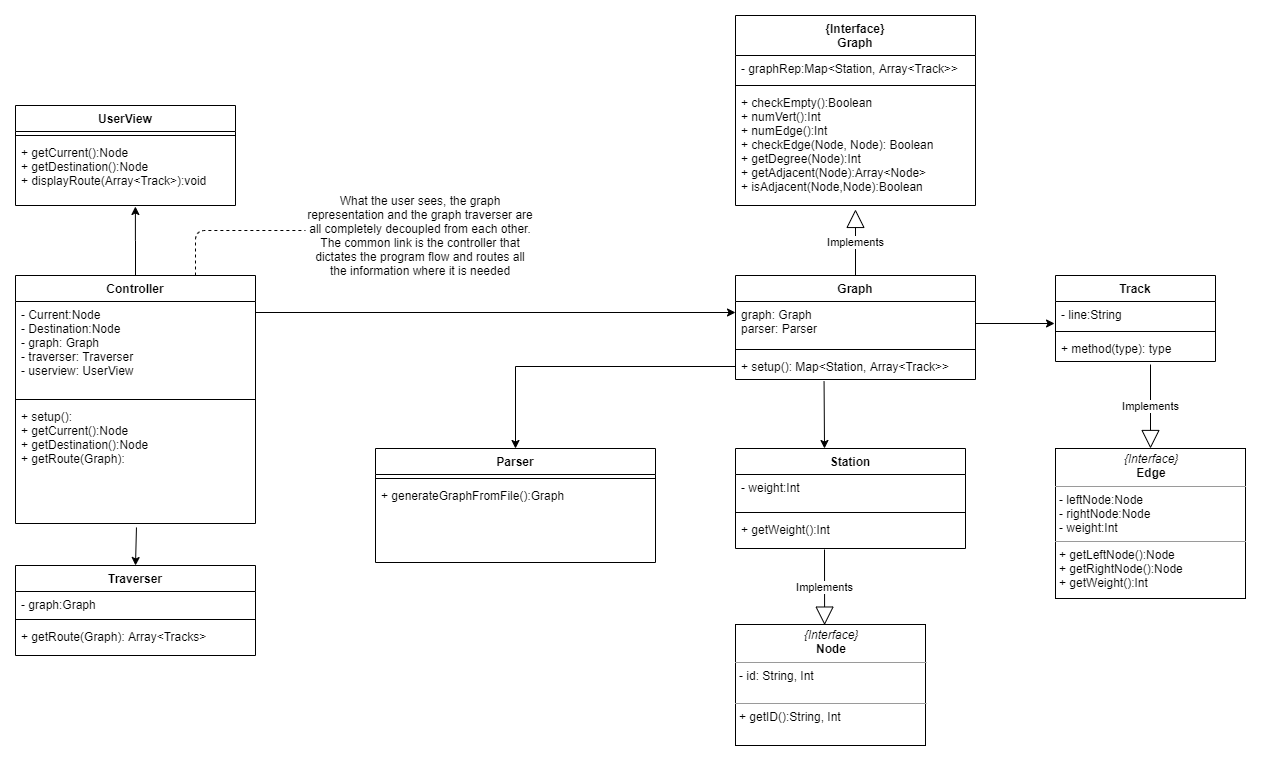
thewolfaxe/CS308Metro keeps this draw.io diagram as FinalBlock.png. Above is the earlier version. Source tidied: cells renumbered, new cells last; positions are measured from the earlier drawing's top-left corner, leaving out a move shared by most shapes.
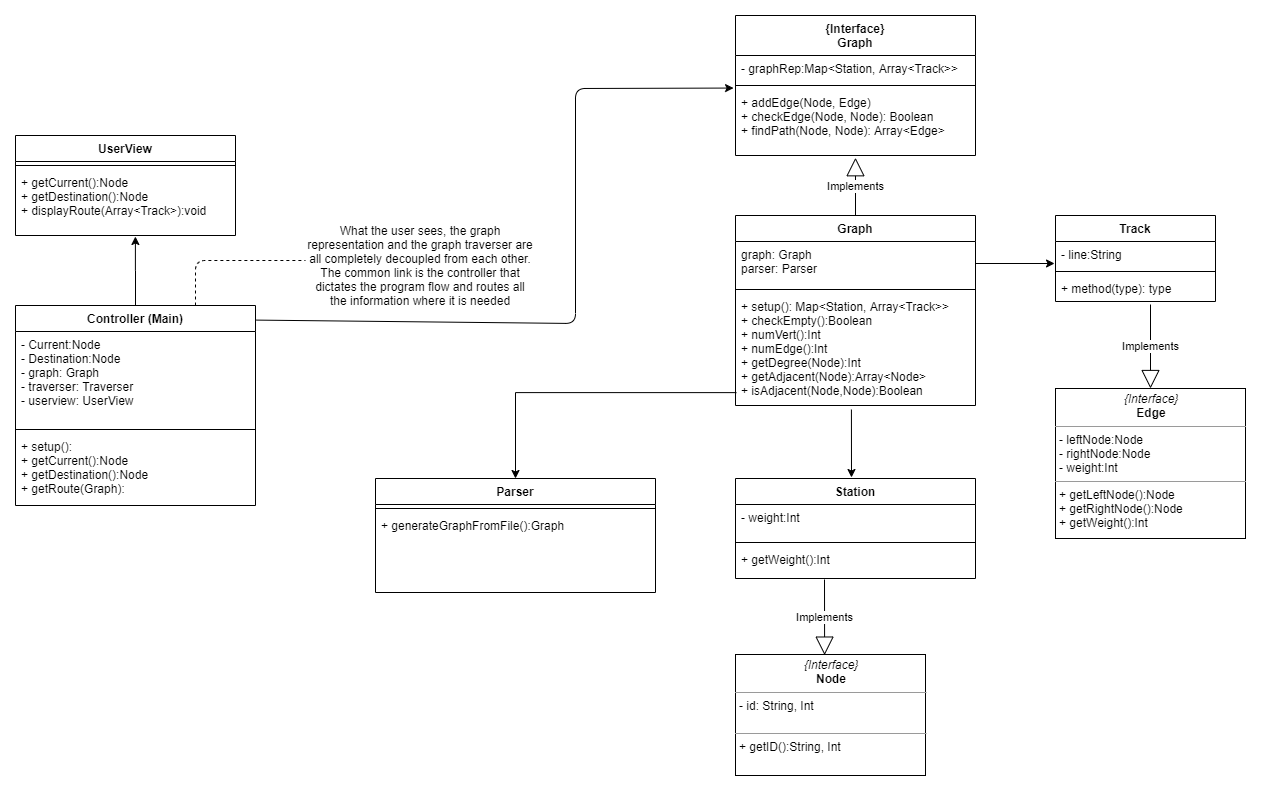
Later version of the same file.

Commit message:
i think these are most of the wanted changes

Diff of the diagram source:
```diff
@@ -23,3 +23,3 @@
     <mxCell id="8" value="{Interface}&#10;Graph" style="swimlane;fontStyle=1;align=center;verticalAlign=top;horizontal=1;startSize=40;" parent="1" vertex="1">
-      <mxGeometry x="720" width="240" height="190" as="geometry" />
+      <mxGeometry x="720" y="-30" width="240" height="140" as="geometry" />
     </mxCell>
@@ -31,114 +31,104 @@
     </mxCell>
-    <mxCell id="11" value="+ checkEmpty():Boolean&#10;+ numVert():Int&#10;+ numEdge():Int&#10;+ checkEdge(Node, Node): Boolean&#10;+ getDegree(Node):Int&#10;+ getAdjacent(Node):Array&lt;Node&gt;&#10;+ isAdjacent(Node,Node):Boolean&#10;" style="text;strokeColor=none;fillColor=none;align=left;verticalAlign=top;spacingLeft=4;spacingRight=4;overflow=hidden;points=[[0,0.5],[1,0.5]];portConstraint=eastwest;" parent="8" vertex="1">
-      <mxGeometry y="74" width="240" height="116" as="geometry" />
+    <mxCell id="11" value="+ addEdge(Node, Edge)&#10;+ checkEdge(Node, Node): Boolean&#10;+ findPath(Node, Node): Array&lt;Edge&gt;" style="text;strokeColor=none;fillColor=none;align=left;verticalAlign=top;spacingLeft=4;spacingRight=4;overflow=hidden;points=[[0,0.5],[1,0.5]];portConstraint=eastwest;" parent="8" vertex="1">
+      <mxGeometry y="74" width="240" height="66" as="geometry" />
     </mxCell>
-    <mxCell id="12" value="Traverser" style="swimlane;fontStyle=1;align=center;verticalAlign=top;horizontal=1;startSize=26;" parent="1" vertex="1">
-      <mxGeometry y="550" width="240" height="90" as="geometry" />
+    <mxCell id="12" value="Station" style="swimlane;fontStyle=1;align=center;verticalAlign=top;horizontal=1;startSize=26;" parent="1" vertex="1">
+      <mxGeometry x="720" y="433" width="240" height="100" as="geometry" />
     </mxCell>
-    <mxCell id="13" value="- graph:Graph" style="text;strokeColor=none;fillColor=none;align=left;verticalAlign=top;spacingLeft=4;spacingRight=4;overflow=hidden;" parent="12" vertex="1">
-      <mxGeometry y="26" width="240" height="24" as="geometry" />
+    <mxCell id="13" value="- weight:Int" style="text;strokeColor=none;fillColor=none;align=left;verticalAlign=top;spacingLeft=4;spacingRight=4;overflow=hidden;" parent="12" vertex="1">
+      <mxGeometry y="26" width="240" height="34" as="geometry" />
     </mxCell>
     <mxCell id="14" style="line;strokeWidth=1;fillColor=none;align=left;verticalAlign=middle;spacingTop=-1;spacingLeft=3;spacingRight=3;labelPosition=right;" parent="12" vertex="1">
-      <mxGeometry y="50" width="240" height="8" as="geometry" />
+      <mxGeometry y="60" width="240" height="8" as="geometry" />
     </mxCell>
-    <mxCell id="15" value="+ getRoute(Graph): Array&lt;Tracks&gt;&#10;" style="text;strokeColor=none;fillColor=none;align=left;verticalAlign=top;spacingLeft=4;spacingRight=4;overflow=hidden;" parent="12" vertex="1">
-      <mxGeometry y="58" width="240" height="32" as="geometry" />
+    <mxCell id="15" value="+ getWeight():Int" style="text;strokeColor=none;fillColor=none;align=left;verticalAlign=top;spacingLeft=4;spacingRight=4;overflow=hidden;" parent="12" vertex="1">
+      <mxGeometry y="68" width="240" height="32" as="geometry" />
     </mxCell>
-    <mxCell id="16" value="Station" style="swimlane;fontStyle=1;align=center;verticalAlign=top;horizontal=1;startSize=26;" parent="1" vertex="1">
-      <mxGeometry x="720" y="433" width="230" height="100" as="geometry" />
+    <mxCell id="16" style="edgeStyle=orthogonalEdgeStyle;rounded=0;jettySize=auto;html=1;exitX=0.5;exitY=0;exitDx=0;exitDy=0;entryX=0.545;entryY=1.015;entryDx=0;entryDy=0;entryPerimeter=0;" parent="1" edge="1" source="17" target="4">
+      <mxGeometry relative="1" as="geometry" />
     </mxCell>
-    <mxCell id="17" value="- weight:Int" style="text;strokeColor=none;fillColor=none;align=left;verticalAlign=top;spacingLeft=4;spacingRight=4;overflow=hidden;points=[[0,0.5],[1,0.5]];portConstraint=eastwest;" parent="16" vertex="1">
-      <mxGeometry y="26" width="230" height="34" as="geometry" />
+    <mxCell id="17" value="Controller (Main)" style="swimlane;fontStyle=1;align=center;verticalAlign=top;horizontal=1;startSize=26;" parent="1" vertex="1">
+      <mxGeometry y="260" width="240" height="200" as="geometry" />
     </mxCell>
-    <mxCell id="18" style="line;strokeWidth=1;fillColor=none;align=left;verticalAlign=middle;spacingTop=-1;spacingLeft=3;spacingRight=3;labelPosition=right;" parent="16" vertex="1">
-      <mxGeometry y="60" width="230" height="8" as="geometry" />
+    <mxCell id="18" value="- Current:Node&#10;- Destination:Node&#10;- graph: Graph&#10;- traverser: Traverser&#10;- userview: UserView" style="text;strokeColor=none;fillColor=none;align=left;verticalAlign=top;spacingLeft=4;spacingRight=4;overflow=hidden;" parent="17" vertex="1">
+      <mxGeometry y="26" width="240" height="94" as="geometry" />
     </mxCell>
-    <mxCell id="19" value="+ getWeight():Int" style="text;strokeColor=none;fillColor=none;align=left;verticalAlign=top;spacingLeft=4;spacingRight=4;overflow=hidden;" parent="16" vertex="1">
-      <mxGeometry y="68" width="230" height="32" as="geometry" />
+    <mxCell id="19" style="line;strokeWidth=1;fillColor=none;align=left;verticalAlign=middle;spacingTop=-1;spacingLeft=3;spacingRight=3;labelPosition=right;" parent="17" vertex="1">
+      <mxGeometry y="120" width="240" height="8" as="geometry" />
     </mxCell>
-    <mxCell id="20" style="edgeStyle=orthogonalEdgeStyle;rounded=0;jettySize=auto;html=1;exitX=0.5;exitY=0;exitDx=0;exitDy=0;entryX=0.545;entryY=1.015;entryDx=0;entryDy=0;entryPerimeter=0;" parent="1" edge="1" source="21" target="4">
-      <mxGeometry relative="1" as="geometry" />
+    <mxCell id="20" value="+ setup():&#10;+ getCurrent():Node&#10;+ getDestination():Node&#10;+ getRoute(Graph):" style="text;strokeColor=none;fillColor=none;align=left;verticalAlign=top;spacingLeft=4;spacingRight=4;overflow=hidden;" parent="17" vertex="1">
+      <mxGeometry y="128" width="240" height="72" as="geometry" />
     </mxCell>
-    <mxCell id="21" value="Controller" style="swimlane;fontStyle=1;align=center;verticalAlign=top;horizontal=1;startSize=26;" parent="1" vertex="1">
-      <mxGeometry y="260" width="240" height="248" as="geometry" />
+    <mxCell id="21" value="&lt;p style=&quot;margin: 0px ; margin-top: 4px ; text-align: center&quot;&gt;&lt;i&gt;{Interface}&lt;/i&gt;&lt;br&gt;&lt;b&gt;Node&lt;/b&gt;&lt;/p&gt;&lt;hr size=&quot;1&quot;&gt;&lt;p style=&quot;margin: 0px ; margin-left: 4px&quot;&gt;- id: String, Int&lt;/p&gt;&lt;p style=&quot;margin: 0px ; margin-left: 4px&quot;&gt;&lt;br&gt;&lt;/p&gt;&lt;hr size=&quot;1&quot;&gt;&lt;p style=&quot;margin: 0px ; margin-left: 4px&quot;&gt;+ getID():String, Int&lt;/p&gt;" style="verticalAlign=top;align=left;overflow=fill;fontSize=12;fontFamily=Helvetica;html=1;" parent="1" vertex="1">
+      <mxGeometry x="720" y="609" width="190" height="121" as="geometry" />
     </mxCell>
-    <mxCell id="22" value="- Current:Node&#10;- Destination:Node&#10;- graph: Graph&#10;- traverser: Traverser&#10;- userview: UserView" style="text;strokeColor=none;fillColor=none;align=left;verticalAlign=top;spacingLeft=4;spacingRight=4;overflow=hidden;" parent="21" vertex="1">
-      <mxGeometry y="26" width="240" height="94" as="geometry" />
+    <mxCell id="22" value="Track" style="swimlane;fontStyle=1;align=center;verticalAlign=top;horizontal=1;startSize=26;" parent="1" vertex="1">
+      <mxGeometry x="1040" y="170" width="160" height="86" as="geometry" />
     </mxCell>
-    <mxCell id="23" style="line;strokeWidth=1;fillColor=none;align=left;verticalAlign=middle;spacingTop=-1;spacingLeft=3;spacingRight=3;labelPosition=right;points=[];portConstraint=eastwest;" parent="21" vertex="1">
-      <mxGeometry y="120" width="240" height="8" as="geometry" />
+    <mxCell id="23" value="- line:String" style="text;strokeColor=none;fillColor=none;align=left;verticalAlign=top;spacingLeft=4;spacingRight=4;overflow=hidden;points=[[0,0.5],[1,0.5]];portConstraint=eastwest;" parent="22" vertex="1">
+      <mxGeometry y="26" width="160" height="26" as="geometry" />
     </mxCell>
-    <mxCell id="24" value="+ setup():&#10;+ getCurrent():Node&#10;+ getDestination():Node&#10;+ getRoute(Graph):" style="text;strokeColor=none;fillColor=none;align=left;verticalAlign=top;spacingLeft=4;spacingRight=4;overflow=hidden;points=[[0,0.5],[1,0.5]];portConstraint=eastwest;" parent="21" vertex="1">
-      <mxGeometry y="128" width="240" height="120" as="geometry" />
+    <mxCell id="24" style="line;strokeWidth=1;fillColor=none;align=left;verticalAlign=middle;spacingTop=-1;spacingLeft=3;spacingRight=3;labelPosition=right;points=[];portConstraint=eastwest;" parent="22" vertex="1">
+      <mxGeometry y="52" width="160" height="8" as="geometry" />
     </mxCell>
-    <mxCell id="25" value="&lt;p style=&quot;margin: 0px ; margin-top: 4px ; text-align: center&quot;&gt;&lt;i&gt;{Interface}&lt;/i&gt;&lt;br&gt;&lt;b&gt;Node&lt;/b&gt;&lt;/p&gt;&lt;hr size=&quot;1&quot;&gt;&lt;p style=&quot;margin: 0px ; margin-left: 4px&quot;&gt;- id: String, Int&lt;/p&gt;&lt;p style=&quot;margin: 0px ; margin-left: 4px&quot;&gt;&lt;br&gt;&lt;/p&gt;&lt;hr size=&quot;1&quot;&gt;&lt;p style=&quot;margin: 0px ; margin-left: 4px&quot;&gt;+ getID():String, Int&lt;/p&gt;" style="verticalAlign=top;align=left;overflow=fill;fontSize=12;fontFamily=Helvetica;html=1;" parent="1" vertex="1">
-      <mxGeometry x="720" y="609" width="190" height="121" as="geometry" />
+    <mxCell id="25" value="+ method(type): type" style="text;strokeColor=none;fillColor=none;align=left;verticalAlign=top;spacingLeft=4;spacingRight=4;overflow=hidden;points=[[0,0.5],[1,0.5]];portConstraint=eastwest;" parent="22" vertex="1">
+      <mxGeometry y="60" width="160" height="26" as="geometry" />
     </mxCell>
-    <mxCell id="26" value="Track" style="swimlane;fontStyle=1;align=center;verticalAlign=top;horizontal=1;startSize=26;" parent="1" vertex="1">
-      <mxGeometry x="1040" y="260" width="160" height="86" as="geometry" />
+    <mxCell id="26" value="&lt;p style=&quot;margin: 0px ; margin-top: 4px ; text-align: center&quot;&gt;&lt;i&gt;{Interface}&lt;/i&gt;&lt;br&gt;&lt;b&gt;Edge&lt;/b&gt;&lt;/p&gt;&lt;hr size=&quot;1&quot;&gt;&lt;p style=&quot;margin: 0px ; margin-left: 4px&quot;&gt;- leftNode:Node&lt;/p&gt;&lt;p style=&quot;margin: 0px ; margin-left: 4px&quot;&gt;- rightNode:Node&lt;/p&gt;&lt;p style=&quot;margin: 0px ; margin-left: 4px&quot;&gt;- weight:Int&lt;/p&gt;&lt;hr size=&quot;1&quot;&gt;&lt;p style=&quot;margin: 0px ; margin-left: 4px&quot;&gt;+ getLeftNode():Node&lt;br&gt;&lt;/p&gt;&lt;p style=&quot;margin: 0px ; margin-left: 4px&quot;&gt;+ getRightNode():Node&lt;/p&gt;&lt;p style=&quot;margin: 0px ; margin-left: 4px&quot;&gt;+ getWeight():Int&lt;/p&gt;" style="verticalAlign=top;align=left;overflow=fill;fontSize=12;fontFamily=Helvetica;html=1;" parent="1" vertex="1">
+      <mxGeometry x="1040" y="343" width="190" height="150" as="geometry" />
     </mxCell>
-    <mxCell id="27" value="- line:String" style="text;strokeColor=none;fillColor=none;align=left;verticalAlign=top;spacingLeft=4;spacingRight=4;overflow=hidden;points=[[0,0.5],[1,0.5]];portConstraint=eastwest;" parent="26" vertex="1">
-      <mxGeometry y="26" width="160" height="26" as="geometry" />
+    <mxCell id="27" value="Implements" style="endArrow=block;endSize=16;endFill=0;html=1;exitX=0.5;exitY=0;exitDx=0;exitDy=0;entryX=0.5;entryY=1.034;entryDx=0;entryDy=0;entryPerimeter=0;" parent="1" edge="1" source="33" target="11">
+      <mxGeometry relative="1" as="geometry" />
     </mxCell>
-    <mxCell id="28" style="line;strokeWidth=1;fillColor=none;align=left;verticalAlign=middle;spacingTop=-1;spacingLeft=3;spacingRight=3;labelPosition=right;" parent="26" vertex="1">
-      <mxGeometry y="52" width="160" height="8" as="geometry" />
+    <mxCell id="28" value="Implements" style="endArrow=block;endSize=16;endFill=0;html=1;entryX=0.469;entryY=0.005;entryDx=0;entryDy=0;entryPerimeter=0;" parent="1" edge="1" target="21">
+      <mxGeometry relative="1" as="geometry">
+        <mxPoint x="809" y="534" as="sourcePoint" />
+      </mxGeometry>
     </mxCell>
-    <mxCell id="29" value="+ method(type): type" style="text;strokeColor=none;fillColor=none;align=left;verticalAlign=top;spacingLeft=4;spacingRight=4;overflow=hidden;" parent="26" vertex="1">
-      <mxGeometry y="60" width="160" height="26" as="geometry" />
+    <mxCell id="29" value="Implements" style="endArrow=block;endSize=16;endFill=0;html=1;entryX=0.5;entryY=0;entryDx=0;entryDy=0;" parent="1" edge="1" target="26">
+      <mxGeometry relative="1" as="geometry">
+        <mxPoint x="1135" y="259" as="sourcePoint" />
+      </mxGeometry>
     </mxCell>
-    <mxCell id="30" value="&lt;p style=&quot;margin: 0px ; margin-top: 4px ; text-align: center&quot;&gt;&lt;i&gt;{Interface}&lt;/i&gt;&lt;br&gt;&lt;b&gt;Edge&lt;/b&gt;&lt;/p&gt;&lt;hr size=&quot;1&quot;&gt;&lt;p style=&quot;margin: 0px ; margin-left: 4px&quot;&gt;- leftNode:Node&lt;/p&gt;&lt;p style=&quot;margin: 0px ; margin-left: 4px&quot;&gt;- rightNode:Node&lt;/p&gt;&lt;p style=&quot;margin: 0px ; margin-left: 4px&quot;&gt;- weight:Int&lt;/p&gt;&lt;hr size=&quot;1&quot;&gt;&lt;p style=&quot;margin: 0px ; margin-left: 4px&quot;&gt;+ getLeftNode():Node&lt;br&gt;&lt;/p&gt;&lt;p style=&quot;margin: 0px ; margin-left: 4px&quot;&gt;+ getRightNode():Node&lt;/p&gt;&lt;p style=&quot;margin: 0px ; margin-left: 4px&quot;&gt;+ getWeight():Int&lt;/p&gt;" style="verticalAlign=top;align=left;overflow=fill;fontSize=12;fontFamily=Helvetica;html=1;" parent="1" vertex="1">
-      <mxGeometry x="1040" y="433" width="190" height="150" as="geometry" />
+    <mxCell id="30" style="endArrow=classic;html=1;exitX=1.004;exitY=0.073;exitDx=0;exitDy=0;exitPerimeter=0;entryX=-0.008;entryY=-0.022;entryDx=0;entryDy=0;entryPerimeter=0;" parent="1" edge="1" source="17" target="11">
+      <mxGeometry relative="1" as="geometry">
+        <Array as="points">
+          <mxPoint x="560" y="278" />
+          <mxPoint x="560" y="43" />
+        </Array>
+      </mxGeometry>
     </mxCell>
-    <mxCell id="31" value="Implements" style="endArrow=block;endSize=16;endFill=0;html=1;exitX=0.5;exitY=0;exitDx=0;exitDy=0;entryX=0.5;entryY=1.034;entryDx=0;entryDy=0;entryPerimeter=0;" parent="1" edge="1" source="37" target="11">
-      <mxGeometry relative="1" as="geometry" />
+    <mxCell id="31" style="endArrow=classic;html=1;exitX=0.483;exitY=1.036;exitDx=0;exitDy=0;exitPerimeter=0;" parent="1" edge="1" source="36">
+      <mxGeometry relative="1" as="geometry">
+        <mxPoint x="836" y="432" as="targetPoint" />
+      </mxGeometry>
     </mxCell>
-    <mxCell id="32" value="Implements" style="endArrow=block;endSize=16;endFill=0;html=1;entryX=0.469;entryY=0.005;entryDx=0;entryDy=0;entryPerimeter=0;" parent="1" edge="1" target="25">
-      <mxGeometry relative="1" as="geometry">
-        <mxPoint x="809" y="534" as="sourcePoint" />
-      </mxGeometry>
+    <mxCell id="32" style="endArrow=classic;html=1;exitX=1;exitY=0.5;exitDx=0;exitDy=0;entryX=-0.006;entryY=0.846;entryDx=0;entryDy=0;entryPerimeter=0;" parent="1" edge="1" source="34" target="23">
+      <mxGeometry relative="1" as="geometry" />
     </mxCell>
-    <mxCell id="33" value="Implements" style="endArrow=block;endSize=16;endFill=0;html=1;entryX=0.5;entryY=0;entryDx=0;entryDy=0;" parent="1" edge="1" target="30">
-      <mxGeometry relative="1" as="geometry">
-        <mxPoint x="1135" y="349" as="sourcePoint" />
-      </mxGeometry>
+    <mxCell id="33" value="Graph" style="swimlane;fontStyle=1;align=center;verticalAlign=top;horizontal=1;startSize=26;" parent="1" vertex="1">
+      <mxGeometry x="720" y="170" width="240" height="190" as="geometry" />
     </mxCell>
-    <mxCell id="34" style="endArrow=classic;html=1;entryX=0;entryY=0.25;entryDx=0;entryDy=0;entryPerimeter=0;" parent="1" edge="1" target="38">
-      <mxGeometry relative="1" as="geometry">
-        <mxPoint x="240" y="297" as="sourcePoint" />
-      </mxGeometry>
+    <mxCell id="34" value="graph: Graph&#10;parser: Parser" style="text;strokeColor=none;fillColor=none;align=left;verticalAlign=top;spacingLeft=4;spacingRight=4;overflow=hidden;points=[[0,0.5],[1,0.5]];portConstraint=eastwest;" parent="33" vertex="1">
+      <mxGeometry y="26" width="240" height="44" as="geometry" />
     </mxCell>
-    <mxCell id="35" style="endArrow=classic;html=1;entryX=0.387;entryY=0;entryDx=0;entryDy=0;entryPerimeter=0;exitX=0.369;exitY=1.077;exitDx=0;exitDy=0;exitPerimeter=0;" parent="1" edge="1" source="40" target="16">
-      <mxGeometry relative="1" as="geometry" />
+    <mxCell id="35" style="line;strokeWidth=1;fillColor=none;align=left;verticalAlign=middle;spacingTop=-1;spacingLeft=3;spacingRight=3;labelPosition=right;" parent="33" vertex="1">
+      <mxGeometry y="70" width="240" height="8" as="geometry" />
     </mxCell>
-    <mxCell id="36" style="endArrow=classic;html=1;exitX=1;exitY=0.5;exitDx=0;exitDy=0;entryX=-0.006;entryY=0.846;entryDx=0;entryDy=0;entryPerimeter=0;" parent="1" edge="1" source="38" target="27">
-      <mxGeometry relative="1" as="geometry" />
+    <mxCell id="36" value="+ setup(): Map&lt;Station, Array&lt;Track&gt;&gt;&#10;+ checkEmpty():Boolean&#10;+ numVert():Int&#10;+ numEdge():Int&#10;+ getDegree(Node):Int&#10;+ getAdjacent(Node):Array&lt;Node&gt;&#10;+ isAdjacent(Node,Node):Boolean" style="text;strokeColor=none;fillColor=none;align=left;verticalAlign=top;spacingLeft=4;spacingRight=4;overflow=hidden;points=[[0,0.5],[1,0.5]];portConstraint=eastwest;" parent="33" vertex="1">
+      <mxGeometry y="78" width="240" height="112" as="geometry" />
     </mxCell>
-    <mxCell id="37" value="Graph" style="swimlane;fontStyle=1;align=center;verticalAlign=top;horizontal=1;startSize=26;" parent="1" vertex="1">
-      <mxGeometry x="720" y="260" width="240" height="104" as="geometry" />
+    <mxCell id="37" value="What the user sees, the graph representation and the graph traverser are all completely decoupled from each other. The common link is the controller that dictates the program flow and routes all the information where it is needed" style="text;html=1;strokeColor=none;fillColor=none;align=center;verticalAlign=middle;whiteSpace=wrap;rounded=0;" parent="1" vertex="1">
+      <mxGeometry x="290" y="210" width="230" height="20" as="geometry" />
     </mxCell>
-    <mxCell id="38" value="graph: Graph&#10;parser: Parser" style="text;strokeColor=none;fillColor=none;align=left;verticalAlign=top;spacingLeft=4;spacingRight=4;overflow=hidden;points=[[0,0.5],[1,0.5]];portConstraint=eastwest;" parent="37" vertex="1">
-      <mxGeometry y="26" width="240" height="44" as="geometry" />
+    <mxCell id="38" style="endArrow=none;dashed=1;html=1;entryX=0;entryY=0.25;entryDx=0;entryDy=0;exitX=0.75;exitY=0;exitDx=0;exitDy=0;" parent="1" edge="1" source="17" target="37">
+      <mxGeometry relative="1" as="geometry">
+        <Array as="points">
+          <mxPoint x="180" y="215" />
+        </Array>
+      </mxGeometry>
     </mxCell>
-    <mxCell id="39" style="line;strokeWidth=1;fillColor=none;align=left;verticalAlign=middle;spacingTop=-1;spacingLeft=3;spacingRight=3;labelPosition=right;" parent="37" vertex="1">
-      <mxGeometry y="70" width="240" height="8" as="geometry" />
+    <mxCell id="39" style="edgeStyle=orthogonalEdgeStyle;rounded=0;jettySize=auto;html=1;entryX=0.5;entryY=0;entryDx=0;entryDy=0;exitX=0.004;exitY=0.885;exitDx=0;exitDy=0;exitPerimeter=0;" parent="1" edge="1" source="36" target="5">
+      <mxGeometry relative="1" as="geometry" />
     </mxCell>
-    <mxCell id="40" value="+ setup(): Map&lt;Station, Array&lt;Track&gt;&gt;" style="text;strokeColor=none;fillColor=none;align=left;verticalAlign=top;spacingLeft=4;spacingRight=4;overflow=hidden;points=[[0,0.5],[1,0.5]];portConstraint=eastwest;" parent="37" vertex="1">
-      <mxGeometry y="78" width="240" height="26" as="geometry" />
-    </mxCell>
-    <mxCell id="41" value="What the user sees, the graph representation and the graph traverser are all completely decoupled from each other. The common link is the controller that dictates the program flow and routes all the information where it is needed" style="text;html=1;strokeColor=none;fillColor=none;align=center;verticalAlign=middle;whiteSpace=wrap;rounded=0;" parent="1" vertex="1">
-      <mxGeometry x="290" y="210" width="230" height="20" as="geometry" />
-    </mxCell>
-    <mxCell id="42" style="endArrow=none;dashed=1;html=1;entryX=0;entryY=0.25;entryDx=0;entryDy=0;exitX=0.75;exitY=0;exitDx=0;exitDy=0;" parent="1" edge="1" source="21" target="41">
-      <mxGeometry relative="1" as="geometry">
-        <Array as="points">
-          <mxPoint x="180" y="215" />
-        </Array>
-      </mxGeometry>
-    </mxCell>
-    <mxCell id="43" style="endArrow=classic;html=1;entryX=0.5;entryY=0;entryDx=0;entryDy=0;exitX=0.504;exitY=1.033;exitDx=0;exitDy=0;exitPerimeter=0;" parent="1" edge="1" source="24" target="12">
-      <mxGeometry relative="1" as="geometry" />
-    </mxCell>
-    <mxCell id="44" style="edgeStyle=orthogonalEdgeStyle;rounded=0;jettySize=auto;html=1;entryX=0.5;entryY=0;entryDx=0;entryDy=0;" parent="1" edge="1" source="40" target="5">
-      <mxGeometry relative="1" as="geometry" />
-    </mxCell>
   </root>
```
